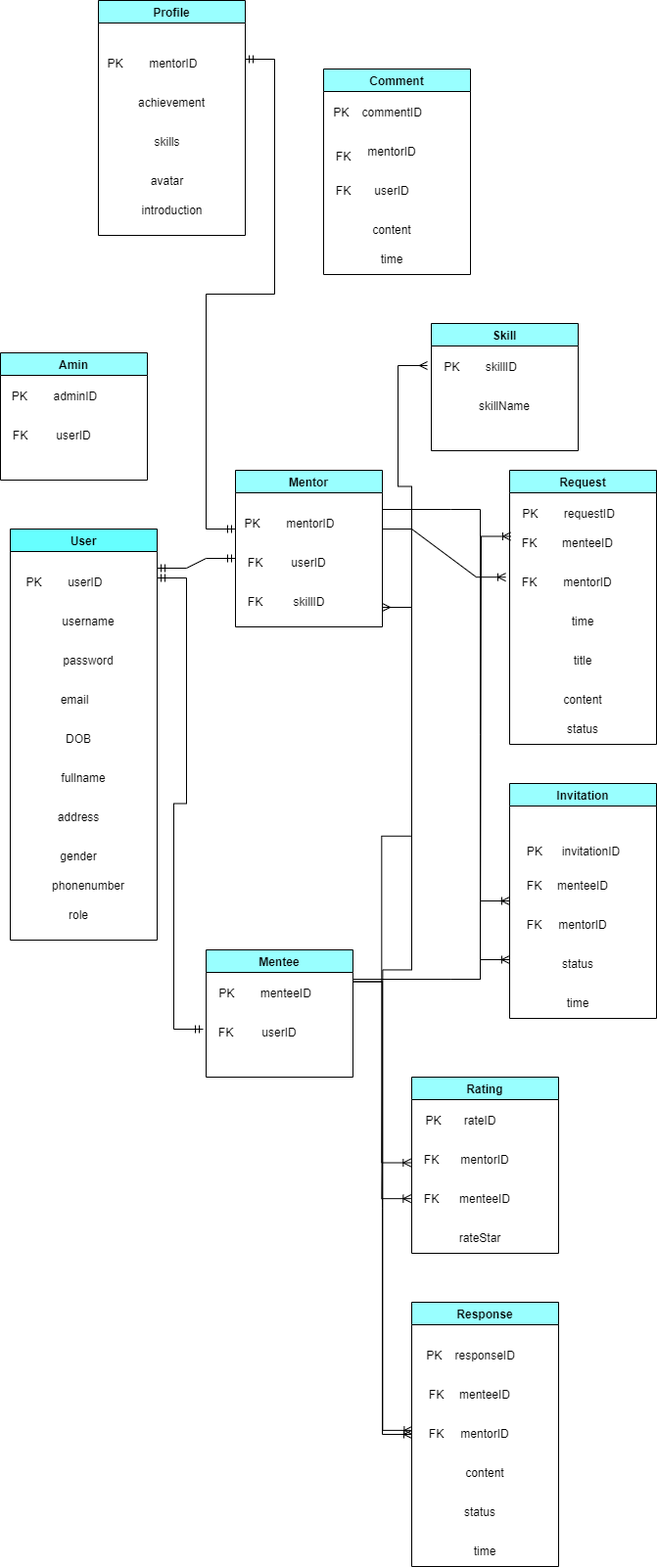
Above: HappyProgramming_DB.drawio.png in dungdt23/SWP391_Document (draw.io), before the change. Source tidied: cells renumbered, new cells last; positions are measured from the earlier drawing's top-left corner, leaving out a move shared by most shapes.
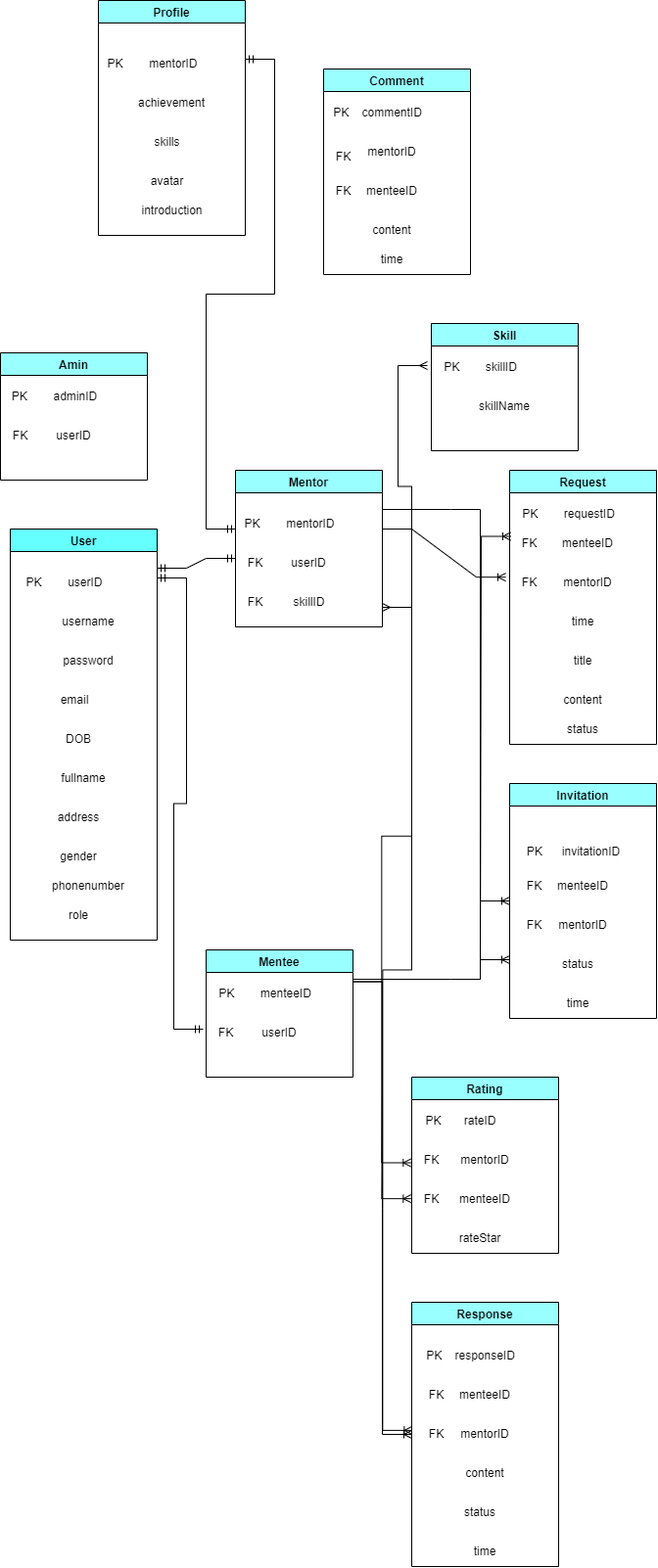
The same file after the commit.

What changed in the source:
```diff
@@ -200,7 +200,7 @@
     <mxCell id="67" value="FK" style="text;html=1;align=center;verticalAlign=middle;strokeColor=none;fillColor=none;" parent="64" vertex="1">
       <mxGeometry y="75" width="40" height="30" as="geometry" />
     </mxCell>
-    <mxCell id="68" value="userID" style="text;html=1;strokeColor=none;fillColor=none;align=center;verticalAlign=middle;whiteSpace=wrap;rounded=0;" parent="64" vertex="1">
+    <mxCell id="68" value="menteeID" style="text;html=1;strokeColor=none;fillColor=none;align=center;verticalAlign=middle;whiteSpace=wrap;rounded=0;" parent="64" vertex="1">
       <mxGeometry x="40" y="110" width="60" height="30" as="geometry" />
     </mxCell>
     <mxCell id="69" value="FK" style="text;html=1;align=center;verticalAlign=middle;strokeColor=none;fillColor=none;" parent="64" vertex="1">
```
